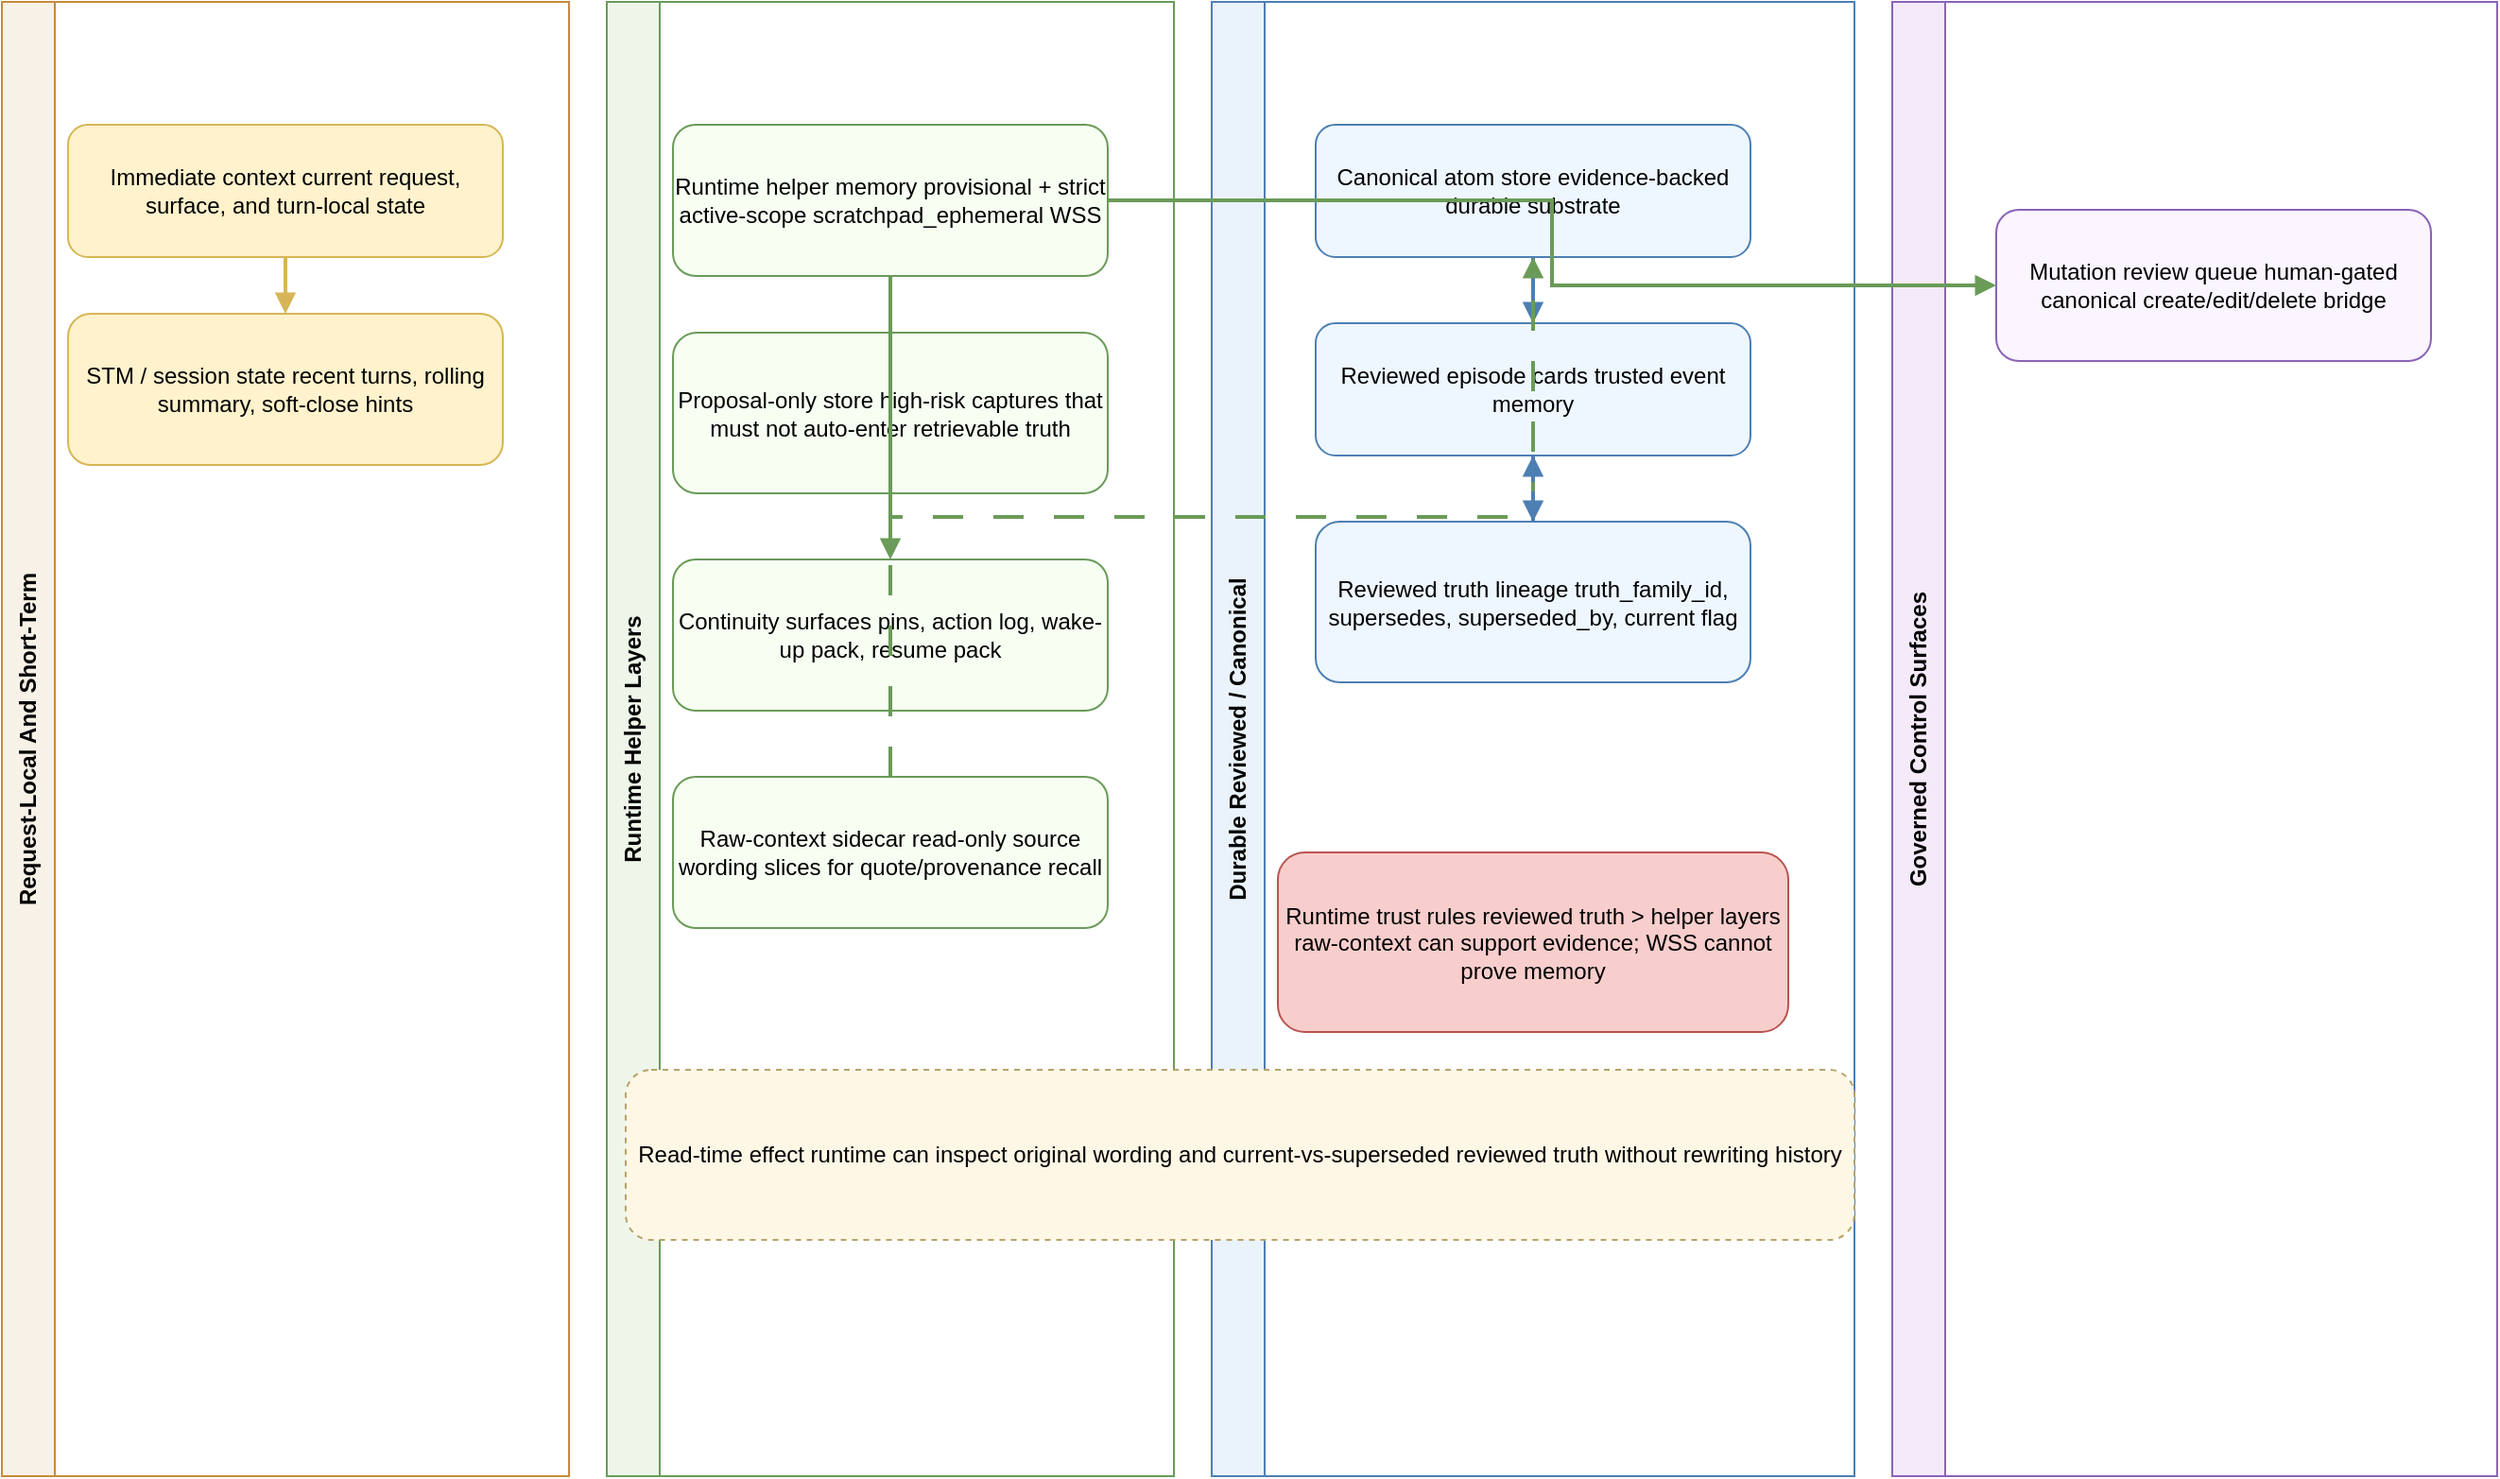
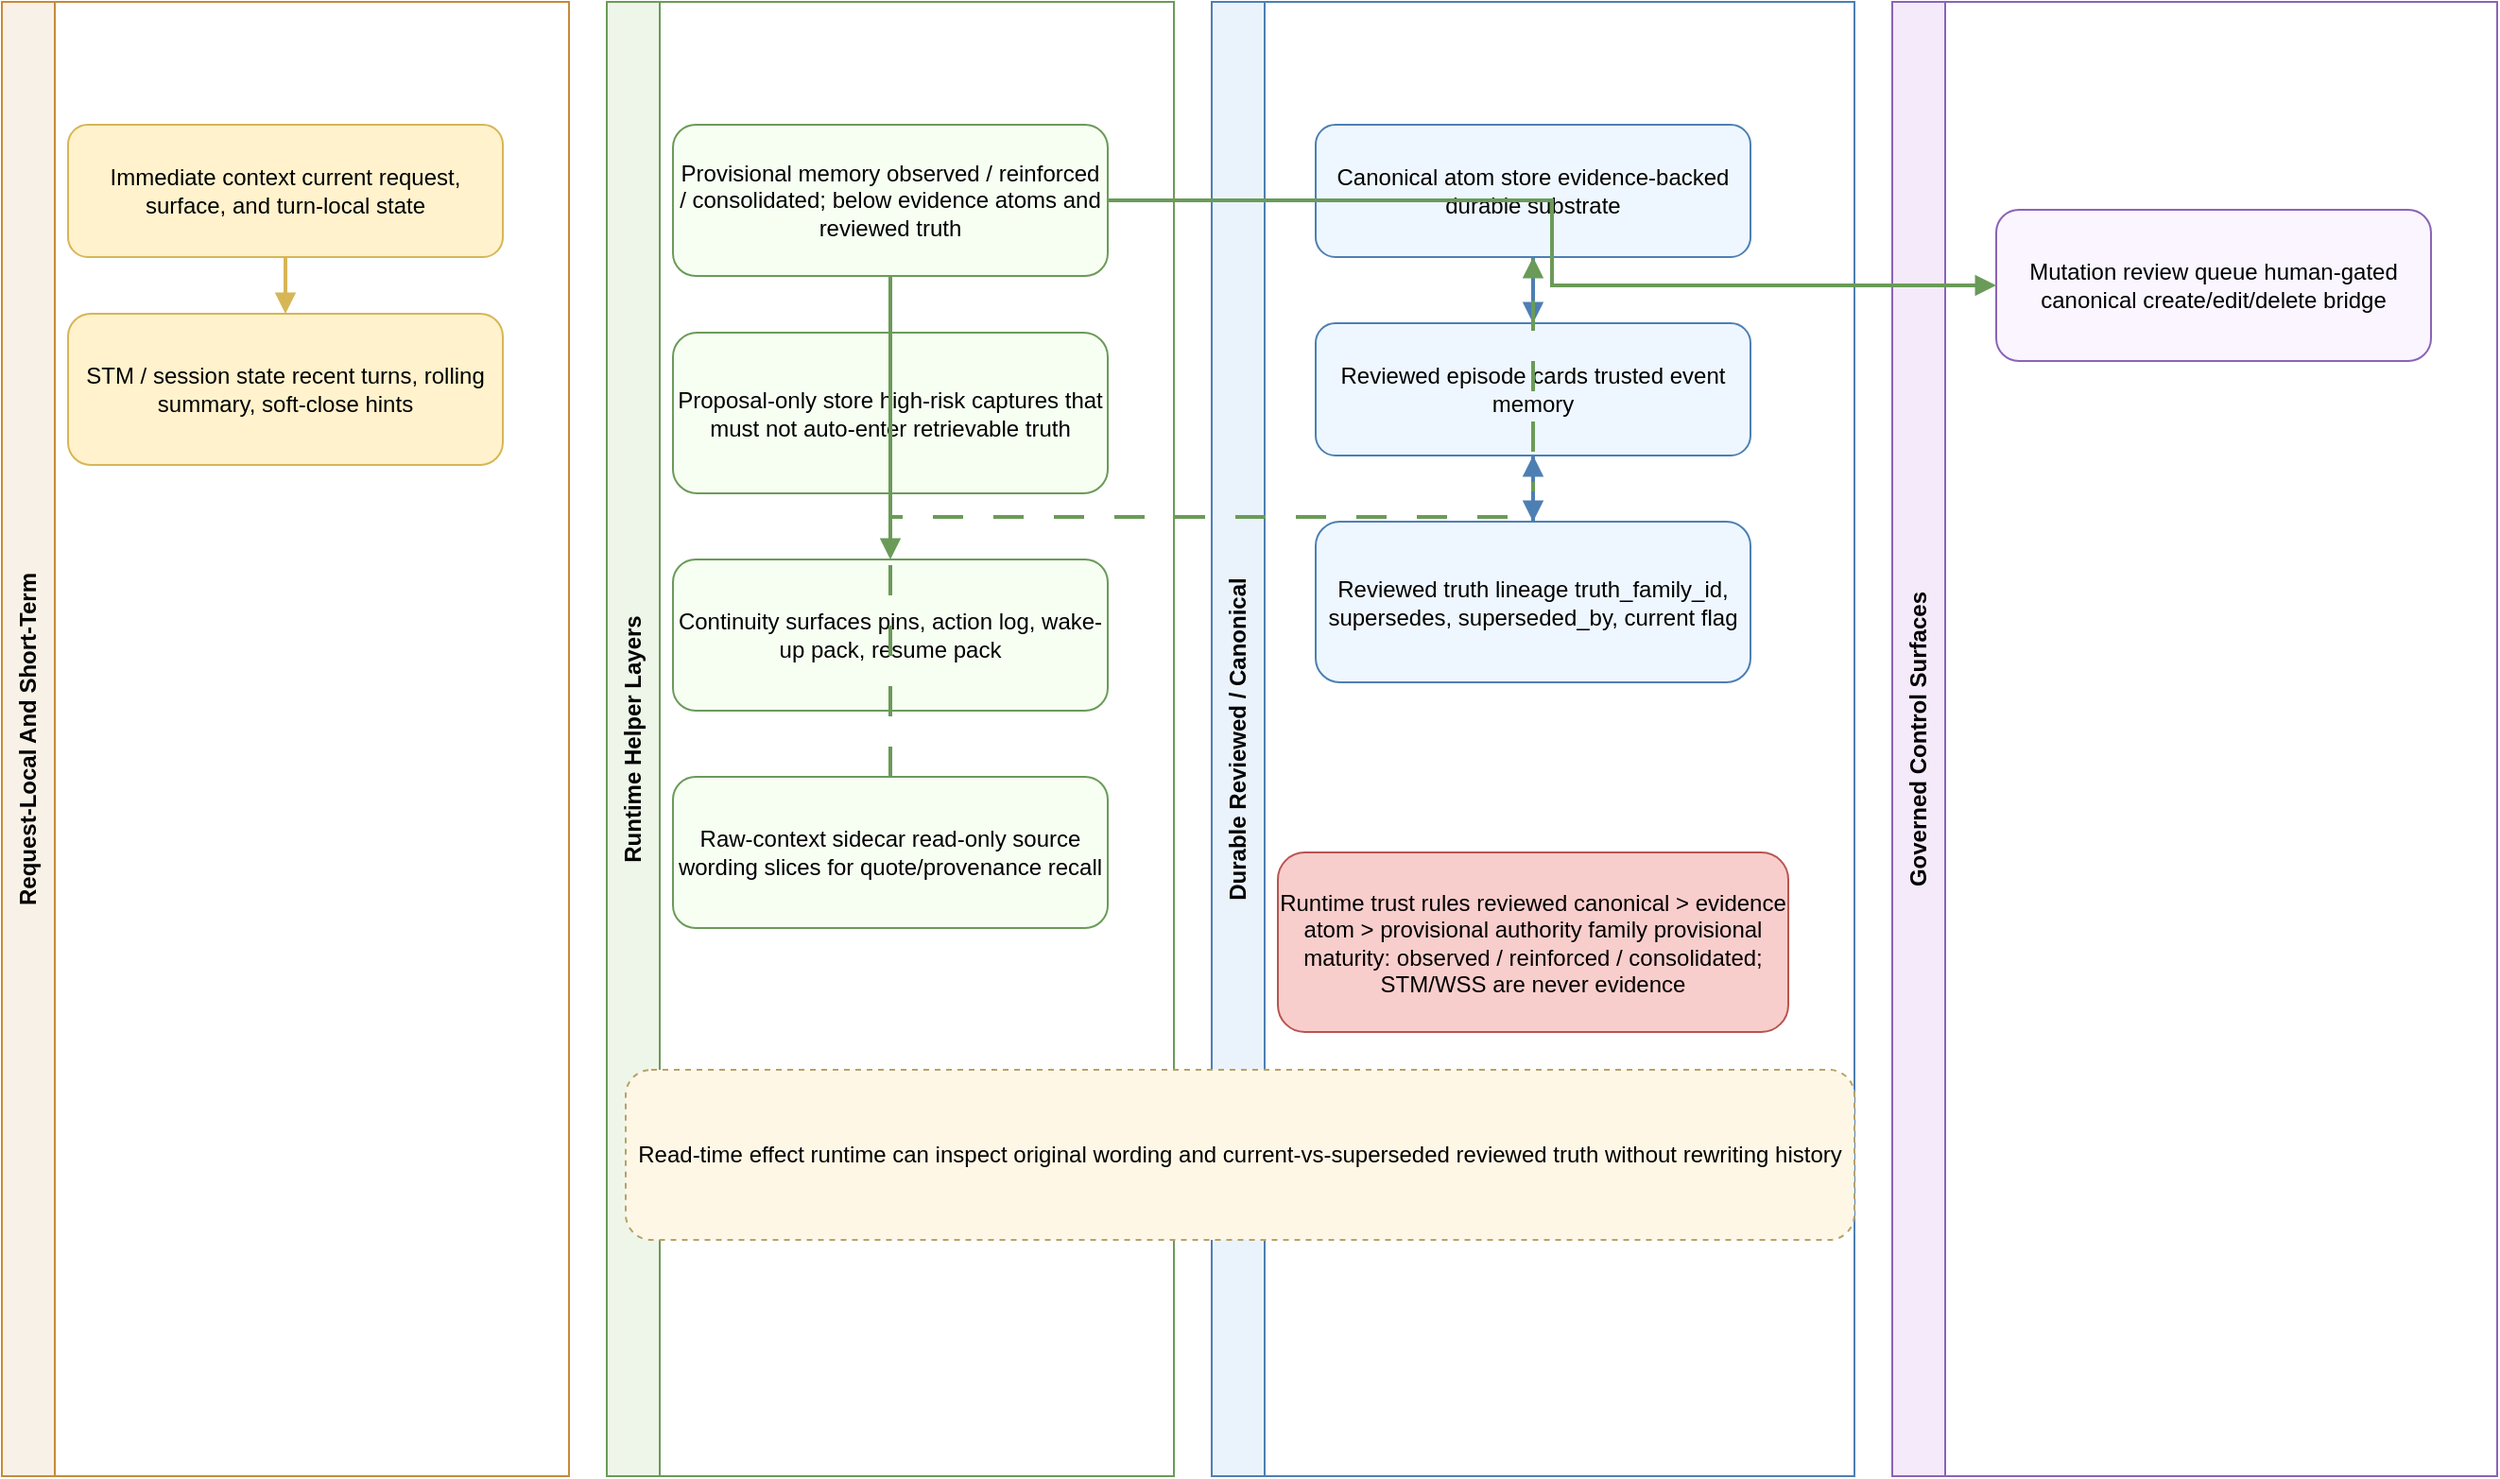
<mxfile host="app.diagrams.net" modified="2026-04-12T23:30:00.000Z" agent="Codex" version="24.7.17">
  <diagram id="current-runtime-memory" name="Engineering Runtime Memory Layers">
    <mxGraphModel dx="1650" dy="1000" grid="1" gridSize="10" guides="1" tooltips="1" connect="1" arrows="1" fold="1" page="1" pageScale="1" pageWidth="1600" pageHeight="980" math="0" shadow="0">
      <root>
        <mxCell id="0" />
        <mxCell id="1" parent="0" />
        <mxCell id="lane1" value="Request-Local And Short-Term" style="swimlane;whiteSpace=wrap;html=1;rounded=0;horizontal=0;startSize=28;fontStyle=1;fillColor=#f8f1e7;strokeColor=#c58b3a;" vertex="1" parent="1">
          <mxGeometry x="20" y="20" width="300" height="780" as="geometry" />
        </mxCell>
        <mxCell id="lane2" value="Runtime Helper Layers" style="swimlane;whiteSpace=wrap;html=1;rounded=0;horizontal=0;startSize=28;fontStyle=1;fillColor=#eef6ea;strokeColor=#6a9b58;" vertex="1" parent="1">
          <mxGeometry x="340" y="20" width="300" height="780" as="geometry" />
        </mxCell>
        <mxCell id="lane3" value="Durable Reviewed / Canonical" style="swimlane;whiteSpace=wrap;html=1;rounded=0;horizontal=0;startSize=28;fontStyle=1;fillColor=#eaf3fb;strokeColor=#4d7fb3;" vertex="1" parent="1">
          <mxGeometry x="660" y="20" width="340" height="780" as="geometry" />
        </mxCell>
        <mxCell id="lane4" value="Governed Control Surfaces" style="swimlane;whiteSpace=wrap;html=1;rounded=0;horizontal=0;startSize=28;fontStyle=1;fillColor=#f4eafa;strokeColor=#8b63b6;" vertex="1" parent="1">
          <mxGeometry x="1020" y="20" width="320" height="780" as="geometry" />
        </mxCell>
        <mxCell id="ra" value="Immediate context&amp;#10;current request, surface, and turn-local state" style="rounded=1;whiteSpace=wrap;html=1;fillColor=#fff2cc;strokeColor=#d6b656;" vertex="1" parent="1">
          <mxGeometry x="55" y="85" width="230" height="70" as="geometry" />
        </mxCell>
        <mxCell id="rb" value="STM / session state&amp;#10;recent turns, rolling summary, soft-close hints" style="rounded=1;whiteSpace=wrap;html=1;fillColor=#fff2cc;strokeColor=#d6b656;" vertex="1" parent="1">
          <mxGeometry x="55" y="185" width="230" height="80" as="geometry" />
        </mxCell>
-         <mxCell id="rc" value="Runtime helper memory&amp;#10;provisional + strict active-scope scratchpad_ephemeral WSS" style="rounded=1;whiteSpace=wrap;html=1;fillColor=#f7fff3;strokeColor=#6a9b58;" vertex="1" parent="1">
+         <mxCell id="rc" value="Provisional memory&amp;#10;observed / reinforced / consolidated; below evidence atoms and reviewed truth" style="rounded=1;whiteSpace=wrap;html=1;fillColor=#f7fff3;strokeColor=#6a9b58;" vertex="1" parent="1">
          <mxGeometry x="375" y="85" width="230" height="80" as="geometry" />
        </mxCell>
        <mxCell id="rd" value="Proposal-only store&amp;#10;high-risk captures that must not auto-enter retrievable truth" style="rounded=1;whiteSpace=wrap;html=1;fillColor=#f7fff3;strokeColor=#6a9b58;" vertex="1" parent="1">
          <mxGeometry x="375" y="195" width="230" height="85" as="geometry" />
        </mxCell>
        <mxCell id="re" value="Continuity surfaces&amp;#10;pins, action log, wake-up pack, resume pack" style="rounded=1;whiteSpace=wrap;html=1;fillColor=#f7fff3;strokeColor=#6a9b58;" vertex="1" parent="1">
          <mxGeometry x="375" y="315" width="230" height="80" as="geometry" />
        </mxCell>
        <mxCell id="rf" value="Raw-context sidecar&amp;#10;read-only source wording slices for quote/provenance recall" style="rounded=1;whiteSpace=wrap;html=1;fillColor=#f7fff3;strokeColor=#6a9b58;" vertex="1" parent="1">
          <mxGeometry x="375" y="430" width="230" height="80" as="geometry" />
        </mxCell>
        <mxCell id="rg" value="Canonical atom store&amp;#10;evidence-backed durable substrate" style="rounded=1;whiteSpace=wrap;html=1;fillColor=#eef7ff;strokeColor=#4d7fb3;" vertex="1" parent="1">
          <mxGeometry x="715" y="85" width="230" height="70" as="geometry" />
        </mxCell>
        <mxCell id="rh" value="Reviewed episode cards&amp;#10;trusted event memory" style="rounded=1;whiteSpace=wrap;html=1;fillColor=#eef7ff;strokeColor=#4d7fb3;" vertex="1" parent="1">
          <mxGeometry x="715" y="190" width="230" height="70" as="geometry" />
        </mxCell>
        <mxCell id="ri" value="Reviewed truth lineage&amp;#10;truth_family_id, supersedes, superseded_by, current flag" style="rounded=1;whiteSpace=wrap;html=1;fillColor=#eef7ff;strokeColor=#4d7fb3;" vertex="1" parent="1">
          <mxGeometry x="715" y="295" width="230" height="85" as="geometry" />
        </mxCell>
        <mxCell id="rj" value="Mutation review queue&amp;#10;human-gated canonical create/edit/delete bridge" style="rounded=1;whiteSpace=wrap;html=1;fillColor=#faf5ff;strokeColor=#8b63b6;" vertex="1" parent="1">
          <mxGeometry x="1075" y="130" width="230" height="80" as="geometry" />
        </mxCell>
-         <mxCell id="rk" value="Runtime trust rules&amp;#10;reviewed truth &amp;gt; helper layers&amp;#10;raw-context can support evidence; WSS cannot prove memory" style="rounded=1;whiteSpace=wrap;html=1;fillColor=#f8cecc;strokeColor=#b85450;" vertex="1" parent="1">
+         <mxCell id="rk" value="Runtime trust rules&amp;#10;reviewed canonical &amp;gt; evidence atom &amp;gt; provisional authority family&amp;#10;provisional maturity: observed / reinforced / consolidated; STM/WSS are never evidence" style="rounded=1;whiteSpace=wrap;html=1;fillColor=#f8cecc;strokeColor=#b85450;" vertex="1" parent="1">
          <mxGeometry x="695" y="470" width="270" height="95" as="geometry" />
        </mxCell>
        <mxCell id="rl" value="Read-time effect&amp;#10;runtime can inspect original wording and current-vs-superseded reviewed truth without rewriting history" style="rounded=1;whiteSpace=wrap;html=1;fillColor=#fff7e6;strokeColor=#b7a26a;dashed=1;fontStyle=0;" vertex="1" parent="1">
          <mxGeometry x="350" y="585" width="650" height="90" as="geometry" />
        </mxCell>
        <mxCell id="e2" edge="1" parent="1" source="ra" target="rb" style="edgeStyle=orthogonalEdgeStyle;orthogonalLoop=1;jettySize=auto;jumpStyle=arc;jumpSize=6;endArrow=block;endFill=1;html=1;rounded=0;strokeWidth=2;strokeColor=#d6b656;entryX=0.5;entryY=0;entryPerimeter=1;exitX=0.5;exitY=1;exitPerimeter=1;">
          <mxGeometry relative="1" as="geometry" />
        </mxCell>
        <mxCell id="e3" edge="1" parent="1" source="rc" target="re" style="edgeStyle=orthogonalEdgeStyle;orthogonalLoop=1;jettySize=auto;jumpStyle=arc;jumpSize=6;endArrow=block;endFill=1;html=1;rounded=0;strokeWidth=2;strokeColor=#6a9b58;entryX=0.5;entryY=0;entryPerimeter=1;exitX=0.5;exitY=1;exitPerimeter=1;">
          <mxGeometry relative="1" as="geometry" />
        </mxCell>
        <mxCell id="e4" edge="1" parent="1" source="rg" target="rh" style="edgeStyle=orthogonalEdgeStyle;orthogonalLoop=1;jettySize=auto;jumpStyle=arc;jumpSize=6;endArrow=block;endFill=1;html=1;rounded=0;strokeWidth=2;strokeColor=#4d7fb3;entryX=0.5;entryY=0;entryPerimeter=1;exitX=0.5;exitY=1;exitPerimeter=1;">
          <mxGeometry relative="1" as="geometry" />
        </mxCell>
        <mxCell id="e5" edge="1" parent="1" source="rh" target="ri" style="edgeStyle=orthogonalEdgeStyle;orthogonalLoop=1;jettySize=auto;jumpStyle=arc;jumpSize=6;endArrow=block;endFill=1;html=1;rounded=0;strokeWidth=2;strokeColor=#4d7fb3;entryX=0.5;entryY=0;entryPerimeter=1;exitX=0.5;exitY=1;exitPerimeter=1;">
          <mxGeometry relative="1" as="geometry" />
        </mxCell>
        <mxCell id="e6" edge="1" parent="1" source="rc" target="rj" style="edgeStyle=orthogonalEdgeStyle;orthogonalLoop=1;jettySize=auto;jumpStyle=arc;jumpSize=6;endArrow=block;endFill=1;html=1;rounded=0;strokeWidth=2;strokeColor=#6a9b58;entryX=0;entryY=0.5;entryPerimeter=1;exitX=1;exitY=0.5;exitPerimeter=1;">
          <mxGeometry relative="1" as="geometry" />
        </mxCell>
        <mxCell id="e7" edge="1" parent="1" source="rf" target="rg" style="edgeStyle=orthogonalEdgeStyle;orthogonalLoop=1;jettySize=auto;jumpStyle=arc;jumpSize=6;endArrow=block;endFill=1;html=1;rounded=0;strokeWidth=2;strokeColor=#6a9b58;dashed=1;dashPattern=8 8;entryX=0.5;entryY=1;entryPerimeter=1;exitX=0.5;exitY=0;exitPerimeter=1;">
          <mxGeometry relative="1" as="geometry" />
        </mxCell>
        <mxCell id="e8" edge="1" parent="1" source="ri" target="rh" style="edgeStyle=orthogonalEdgeStyle;orthogonalLoop=1;jettySize=auto;jumpStyle=arc;jumpSize=6;endArrow=block;endFill=1;html=1;rounded=0;strokeWidth=2;strokeColor=#4d7fb3;dashed=1;dashPattern=8 8;entryX=0.5;entryY=1;entryPerimeter=1;exitX=0.5;exitY=0;exitPerimeter=1;">
          <mxGeometry relative="1" as="geometry" />
        </mxCell>
      </root>
    </mxGraphModel>
  </diagram>
  <diagram id="current-runtime-decision" name="Engineering Runtime Decision And Evidence Flow">
    <mxGraphModel dx="1850" dy="1150" grid="1" gridSize="10" guides="1" tooltips="1" connect="1" arrows="1" fold="1" page="1" pageScale="1" pageWidth="1800" pageHeight="1100" math="0" shadow="0">
      <root>
        <mxCell id="0" />
        <mxCell id="1" parent="0" />
        <mxCell id="lane1" value="Entry And Routing" style="swimlane;whiteSpace=wrap;html=1;rounded=0;horizontal=0;startSize=28;fontStyle=1;fillColor=#f8f1e7;strokeColor=#c58b3a;" vertex="1" parent="1">
          <mxGeometry x="20" y="20" width="290" height="860" as="geometry" />
        </mxCell>
        <mxCell id="lane2" value="Retrieval And Assembly" style="swimlane;whiteSpace=wrap;html=1;rounded=0;horizontal=0;startSize=28;fontStyle=1;fillColor=#eef6ea;strokeColor=#6a9b58;" vertex="1" parent="1">
          <mxGeometry x="330" y="20" width="420" height="860" as="geometry" />
        </mxCell>
        <mxCell id="lane3" value="Evidence, Verification, Response" style="swimlane;whiteSpace=wrap;html=1;rounded=0;horizontal=0;startSize=28;fontStyle=1;fillColor=#eaf3fb;strokeColor=#4d7fb3;" vertex="1" parent="1">
          <mxGeometry x="770" y="20" width="420" height="860" as="geometry" />
        </mxCell>
        <mxCell id="lane4" value="Writeback And Governance" style="swimlane;whiteSpace=wrap;html=1;rounded=0;horizontal=0;startSize=28;fontStyle=1;fillColor=#f4eafa;strokeColor=#8b63b6;" vertex="1" parent="1">
          <mxGeometry x="1210" y="20" width="330" height="860" as="geometry" />
        </mxCell>
        <mxCell id="d1" value="Incoming turn&amp;#10;desktop / integration-v1 / MCP / adapter / local chat" style="rounded=1;whiteSpace=wrap;html=1;fillColor=#fff2cc;strokeColor=#d6b656;" vertex="1" parent="1">
          <mxGeometry x="55" y="90" width="220" height="70" as="geometry" />
        </mxCell>
        <mxCell id="d2" value="Runtime router + query shaping&amp;#10;none / stm_only / ltm_light / ltm_deep / hybrid" style="rounded=1;whiteSpace=wrap;html=1;fillColor=#fff2cc;strokeColor=#d6b656;" vertex="1" parent="1">
          <mxGeometry x="55" y="195" width="220" height="80" as="geometry" />
        </mxCell>
        <mxCell id="d3" value="STM retrieval&amp;#10;short-thread overlap and summary fit" style="rounded=1;whiteSpace=wrap;html=1;fillColor=#d5e8d4;strokeColor=#82b366;" vertex="1" parent="1">
          <mxGeometry x="365" y="80" width="250" height="70" as="geometry" />
        </mxCell>
        <mxCell id="d4" value="LTM retrieval&amp;#10;atoms + reviewed cards + retrieval helper layers" style="rounded=1;whiteSpace=wrap;html=1;fillColor=#d5e8d4;strokeColor=#82b366;" vertex="1" parent="1">
          <mxGeometry x="365" y="180" width="250" height="70" as="geometry" />
        </mxCell>
        <mxCell id="d5" value="ANN candidate helper&amp;#10;bounded additive shortlist assist only" style="rounded=1;whiteSpace=wrap;html=1;fillColor=#d5e8d4;strokeColor=#82b366;" vertex="1" parent="1">
          <mxGeometry x="365" y="280" width="250" height="70" as="geometry" />
        </mxCell>
        <mxCell id="d6" value="Lineage-aware reviewed resolution&amp;#10;current reviewed truth outranks older superseded reviewed cards" style="rounded=1;whiteSpace=wrap;html=1;fillColor=#d5e8d4;strokeColor=#82b366;" vertex="1" parent="1">
          <mxGeometry x="365" y="380" width="250" height="85" as="geometry" />
        </mxCell>
        <mxCell id="d7" value="Fusion + guarded shortlist&amp;#10;shared-rule ranking, support, and tie-breaks" style="rounded=1;whiteSpace=wrap;html=1;fillColor=#d5e8d4;strokeColor=#82b366;" vertex="1" parent="1">
          <mxGeometry x="365" y="495" width="250" height="75" as="geometry" />
        </mxCell>
        <mxCell id="d8" value="Context package assembly&amp;#10;bounded evidence + WSS only when strict active scope is present" style="rounded=1;whiteSpace=wrap;html=1;fillColor=#dae8fc;strokeColor=#6c8ebf;" vertex="1" parent="1">
          <mxGeometry x="815" y="110" width="280" height="80" as="geometry" />
        </mxCell>
        <mxCell id="d9" value="Raw-context quote / provenance expansion&amp;#10;only for explicit wording or source-context requests" style="rounded=1;whiteSpace=wrap;html=1;fillColor=#dae8fc;strokeColor=#6c8ebf;" vertex="1" parent="1">
          <mxGeometry x="815" y="225" width="280" height="80" as="geometry" />
        </mxCell>
        <mxCell id="d10" value="Verifier and answer path&amp;#10;PASS / ABSTAIN / CLARIFY / NO_MEMORY" style="rounded=1;whiteSpace=wrap;html=1;fillColor=#dae8fc;strokeColor=#6c8ebf;" vertex="1" parent="1">
          <mxGeometry x="815" y="340" width="280" height="80" as="geometry" />
        </mxCell>
        <mxCell id="d11" value="Final output surface&amp;#10;answer text + memory cards + citations + why data" style="rounded=1;whiteSpace=wrap;html=1;fillColor=#dae8fc;strokeColor=#6c8ebf;" vertex="1" parent="1">
          <mxGeometry x="815" y="455" width="280" height="80" as="geometry" />
        </mxCell>
-         <mxCell id="d12" value="Post-turn capture&amp;#10;STM update + low-risk provisional capture" style="rounded=1;whiteSpace=wrap;html=1;fillColor=#faf5ff;strokeColor=#8b63b6;" vertex="1" parent="1">
+         <mxCell id="d12" value="Post-turn memory.observe&amp;#10;signed source registration + retrieval receipt; low-risk provisional capture" style="rounded=1;whiteSpace=wrap;html=1;fillColor=#faf5ff;strokeColor=#8b63b6;" vertex="1" parent="1">
          <mxGeometry x="1255" y="120" width="240" height="75" as="geometry" />
        </mxCell>
-         <mxCell id="d13" value="Proposal-only writeback&amp;#10;high-risk memory stays gated" style="rounded=1;whiteSpace=wrap;html=1;fillColor=#faf5ff;strokeColor=#8b63b6;" vertex="1" parent="1">
+         <mxCell id="d13" value="User ‘remember this’&amp;#10;writeback.propose; never raw import or silent publication" style="rounded=1;whiteSpace=wrap;html=1;fillColor=#faf5ff;strokeColor=#8b63b6;" vertex="1" parent="1">
          <mxGeometry x="1255" y="230" width="240" height="75" as="geometry" />
        </mxCell>
-         <mxCell id="d14" value="Human review / resolve&amp;#10;durable truth changes still require explicit review" style="rounded=1;whiteSpace=wrap;html=1;fillColor=#faf5ff;strokeColor=#8b63b6;" vertex="1" parent="1">
+         <mxCell id="d14" value="Human review_apply resolve&amp;#10;apply creates human_reviewed=false evidence atom; publish still makes canonical truth" style="rounded=1;whiteSpace=wrap;html=1;fillColor=#faf5ff;strokeColor=#8b63b6;" vertex="1" parent="1">
          <mxGeometry x="1255" y="340" width="240" height="80" as="geometry" />
        </mxCell>
-         <mxCell id="d15" value="Key rule&amp;#10;retrieval success does not equal truth authority; scratchpad_ephemeral WSS cannot replace reviewed truth" style="rounded=1;whiteSpace=wrap;html=1;fillColor=#f8cecc;strokeColor=#b85450;" vertex="1" parent="1">
+         <mxCell id="d15" value="Key rule&amp;#10;retrieval/replay/summary is not independent support; scratchpad_ephemeral WSS cannot replace evidence or reviewed truth" style="rounded=1;whiteSpace=wrap;html=1;fillColor=#f8cecc;strokeColor=#b85450;" vertex="1" parent="1">
          <mxGeometry x="800" y="590" width="310" height="95" as="geometry" />
        </mxCell>
        <mxCell id="e2" edge="1" parent="1" source="d1" target="d2" style="edgeStyle=orthogonalEdgeStyle;orthogonalLoop=1;jettySize=auto;jumpStyle=arc;jumpSize=6;endArrow=block;endFill=1;html=1;rounded=0;strokeWidth=2;strokeColor=#d6b656;entryX=0.5;entryY=0;entryPerimeter=1;exitX=0.5;exitY=1;exitPerimeter=1;">
          <mxGeometry relative="1" as="geometry" />
        </mxCell>
        <mxCell id="e3" edge="1" parent="1" source="d2" target="d3" style="edgeStyle=orthogonalEdgeStyle;orthogonalLoop=1;jettySize=auto;jumpStyle=arc;jumpSize=6;endArrow=block;endFill=1;html=1;rounded=0;strokeWidth=2;strokeColor=#d6b656;entryX=0;entryY=0.5;entryPerimeter=1;exitX=1;exitY=0.5;exitPerimeter=1;">
          <mxGeometry relative="1" as="geometry" />
        </mxCell>
        <mxCell id="e4" edge="1" parent="1" source="d2" target="d4" style="edgeStyle=orthogonalEdgeStyle;orthogonalLoop=1;jettySize=auto;jumpStyle=arc;jumpSize=6;endArrow=block;endFill=1;html=1;rounded=0;strokeWidth=2;strokeColor=#d6b656;entryX=0;entryY=0.5;entryPerimeter=1;exitX=1;exitY=0.5;exitPerimeter=1;">
          <mxGeometry relative="1" as="geometry" />
        </mxCell>
        <mxCell id="e5" edge="1" parent="1" source="d4" target="d5" style="edgeStyle=orthogonalEdgeStyle;orthogonalLoop=1;jettySize=auto;jumpStyle=arc;jumpSize=6;endArrow=block;endFill=1;html=1;rounded=0;strokeWidth=2;strokeColor=#82b366;entryX=0.5;entryY=0;entryPerimeter=1;exitX=0.5;exitY=1;exitPerimeter=1;">
          <mxGeometry relative="1" as="geometry" />
        </mxCell>
        <mxCell id="e6" edge="1" parent="1" source="d4" target="d6" style="edgeStyle=orthogonalEdgeStyle;orthogonalLoop=1;jettySize=auto;jumpStyle=arc;jumpSize=6;endArrow=block;endFill=1;html=1;rounded=0;strokeWidth=2;strokeColor=#82b366;entryX=0.5;entryY=0;entryPerimeter=1;exitX=0.5;exitY=1;exitPerimeter=1;">
          <mxGeometry relative="1" as="geometry" />
        </mxCell>
        <mxCell id="e7" edge="1" parent="1" source="d3" target="d7" style="edgeStyle=orthogonalEdgeStyle;orthogonalLoop=1;jettySize=auto;jumpStyle=arc;jumpSize=6;endArrow=block;endFill=1;html=1;rounded=0;strokeWidth=2;strokeColor=#82b366;entryX=0.5;entryY=0;entryPerimeter=1;exitX=0.5;exitY=1;exitPerimeter=1;">
          <mxGeometry relative="1" as="geometry" />
        </mxCell>
        <mxCell id="e8" edge="1" parent="1" source="d5" target="d7" style="edgeStyle=orthogonalEdgeStyle;orthogonalLoop=1;jettySize=auto;jumpStyle=arc;jumpSize=6;endArrow=block;endFill=1;html=1;rounded=0;strokeWidth=2;strokeColor=#82b366;entryX=0.5;entryY=0;entryPerimeter=1;exitX=0.5;exitY=1;exitPerimeter=1;">
          <mxGeometry relative="1" as="geometry" />
        </mxCell>
        <mxCell id="e9" edge="1" parent="1" source="d6" target="d7" style="edgeStyle=orthogonalEdgeStyle;orthogonalLoop=1;jettySize=auto;jumpStyle=arc;jumpSize=6;endArrow=block;endFill=1;html=1;rounded=0;strokeWidth=2;strokeColor=#82b366;entryX=0.5;entryY=0;entryPerimeter=1;exitX=0.5;exitY=1;exitPerimeter=1;">
          <mxGeometry relative="1" as="geometry" />
        </mxCell>
        <mxCell id="e10" edge="1" parent="1" source="d7" target="d8" style="edgeStyle=orthogonalEdgeStyle;orthogonalLoop=1;jettySize=auto;jumpStyle=arc;jumpSize=6;endArrow=block;endFill=1;html=1;rounded=0;strokeWidth=2;strokeColor=#82b366;entryX=0;entryY=0.5;entryPerimeter=1;exitX=1;exitY=0.5;exitPerimeter=1;">
          <mxGeometry relative="1" as="geometry" />
        </mxCell>
        <mxCell id="e11" edge="1" parent="1" source="d8" target="d9" style="edgeStyle=orthogonalEdgeStyle;orthogonalLoop=1;jettySize=auto;jumpStyle=arc;jumpSize=6;endArrow=block;endFill=1;html=1;rounded=0;strokeWidth=2;strokeColor=#6c8ebf;entryX=0.5;entryY=0;entryPerimeter=1;exitX=0.5;exitY=1;exitPerimeter=1;">
          <mxGeometry relative="1" as="geometry" />
        </mxCell>
        <mxCell id="e12" edge="1" parent="1" source="d8" target="d10" style="edgeStyle=orthogonalEdgeStyle;orthogonalLoop=1;jettySize=auto;jumpStyle=arc;jumpSize=6;endArrow=block;endFill=1;html=1;rounded=0;strokeWidth=2;strokeColor=#6c8ebf;entryX=0.5;entryY=0;entryPerimeter=1;exitX=0.5;exitY=1;exitPerimeter=1;">
          <mxGeometry relative="1" as="geometry" />
        </mxCell>
        <mxCell id="e13" edge="1" parent="1" source="d9" target="d10" style="edgeStyle=orthogonalEdgeStyle;orthogonalLoop=1;jettySize=auto;jumpStyle=arc;jumpSize=6;endArrow=block;endFill=1;html=1;rounded=0;strokeWidth=2;strokeColor=#6c8ebf;entryX=0.5;entryY=0;entryPerimeter=1;exitX=0.5;exitY=1;exitPerimeter=1;">
          <mxGeometry relative="1" as="geometry" />
        </mxCell>
        <mxCell id="e14" edge="1" parent="1" source="d10" target="d11" style="edgeStyle=orthogonalEdgeStyle;orthogonalLoop=1;jettySize=auto;jumpStyle=arc;jumpSize=6;endArrow=block;endFill=1;html=1;rounded=0;strokeWidth=2;strokeColor=#6c8ebf;entryX=0.5;entryY=0;entryPerimeter=1;exitX=0.5;exitY=1;exitPerimeter=1;">
          <mxGeometry relative="1" as="geometry" />
        </mxCell>
        <mxCell id="e15" edge="1" parent="1" source="d11" target="d12" style="edgeStyle=orthogonalEdgeStyle;orthogonalLoop=1;jettySize=auto;jumpStyle=arc;jumpSize=6;endArrow=block;endFill=1;html=1;rounded=0;strokeWidth=2;strokeColor=#6c8ebf;entryX=0;entryY=0.5;entryPerimeter=1;exitX=1;exitY=0.5;exitPerimeter=1;">
          <mxGeometry relative="1" as="geometry" />
        </mxCell>
        <mxCell id="e16" edge="1" parent="1" source="d11" target="d13" style="edgeStyle=orthogonalEdgeStyle;orthogonalLoop=1;jettySize=auto;jumpStyle=arc;jumpSize=6;endArrow=block;endFill=1;html=1;rounded=0;strokeWidth=2;strokeColor=#6c8ebf;entryX=0;entryY=0.5;entryPerimeter=1;exitX=1;exitY=0.5;exitPerimeter=1;">
          <mxGeometry relative="1" as="geometry" />
        </mxCell>
        <mxCell id="e17" edge="1" parent="1" source="d13" target="d14" style="edgeStyle=orthogonalEdgeStyle;orthogonalLoop=1;jettySize=auto;jumpStyle=arc;jumpSize=6;endArrow=block;endFill=1;html=1;rounded=0;strokeWidth=2;strokeColor=#8b63b6;entryX=0.5;entryY=0;entryPerimeter=1;exitX=0.5;exitY=1;exitPerimeter=1;">
          <mxGeometry relative="1" as="geometry" />
        </mxCell>
      </root>
    </mxGraphModel>
  </diagram>
  <diagram id="current-runtime-caveman" name="Caveman Runtime Memory And Decision">
    <mxGraphModel dx="1500" dy="950" grid="1" gridSize="10" guides="1" tooltips="1" connect="1" arrows="1" fold="1" page="1" pageScale="1" pageWidth="1500" pageHeight="940" math="0" shadow="0">
      <root>
        <mxCell id="0" />
        <mxCell id="1" parent="0" />
        <mxCell id="v1" value="1. Someone asks MNO for memory help." style="rounded=1;whiteSpace=wrap;html=1;fillColor=#fff2cc;strokeColor=#d6b656;" vertex="1" parent="1">
          <mxGeometry x="70" y="90" width="240" height="70" as="geometry" />
        </mxCell>
        <mxCell id="v2" value="2. MNO checks the short-term chat stuff first.&amp;#10;STM = short-term memory for this session." style="rounded=1;whiteSpace=wrap;html=1;fillColor=#fff2cc;strokeColor=#d6b656;" vertex="1" parent="1">
          <mxGeometry x="360" y="90" width="260" height="80" as="geometry" />
        </mxCell>
-         <mxCell id="v3" value="3. MNO checks trusted memory and evidence.&amp;#10;That means reviewed cards and atoms." style="rounded=1;whiteSpace=wrap;html=1;fillColor=#d5e8d4;strokeColor=#82b366;" vertex="1" parent="1">
+         <mxCell id="v3" value="3. MNO checks truth, evidence, then helper notes.&amp;#10;Reviewed truth wins. A scratchpad cannot prove anything." style="rounded=1;whiteSpace=wrap;html=1;fillColor=#d5e8d4;strokeColor=#82b366;" vertex="1" parent="1">
          <mxGeometry x="680" y="90" width="280" height="80" as="geometry" />
        </mxCell>
        <mxCell id="v4" value="4. ANN helps find nearby candidates.&amp;#10;ANN = approximate nearest neighbor." style="rounded=1;whiteSpace=wrap;html=1;fillColor=#d5e8d4;strokeColor=#82b366;" vertex="1" parent="1">
          <mxGeometry x="1020" y="90" width="260" height="80" as="geometry" />
        </mxCell>
        <mxCell id="v5" value="5. If you ask for exact wording, MNO can open the wording receipt lane." style="rounded=1;whiteSpace=wrap;html=1;fillColor=#dae8fc;strokeColor=#6c8ebf;" vertex="1" parent="1">
          <mxGeometry x="120" y="280" width="300" height="90" as="geometry" />
        </mxCell>
        <mxCell id="v6" value="6. If old and corrected reviewed cards exist, MNO prefers the current reviewed one." style="rounded=1;whiteSpace=wrap;html=1;fillColor=#dae8fc;strokeColor=#6c8ebf;" vertex="1" parent="1">
          <mxGeometry x="470" y="280" width="320" height="90" as="geometry" />
        </mxCell>
        <mxCell id="v7" value="7. MNO builds a bounded evidence bundle, not a giant raw dump." style="rounded=1;whiteSpace=wrap;html=1;fillColor=#dae8fc;strokeColor=#6c8ebf;" vertex="1" parent="1">
          <mxGeometry x="850" y="280" width="300" height="80" as="geometry" />
        </mxCell>
        <mxCell id="v8" value="8. MNO answers, abstains, or asks you to clarify." style="rounded=1;whiteSpace=wrap;html=1;fillColor=#dae8fc;strokeColor=#6c8ebf;" vertex="1" parent="1">
          <mxGeometry x="285" y="470" width="280" height="80" as="geometry" />
        </mxCell>
        <mxCell id="v9" value="9. New risky memory still goes to proposal/review, not straight to truth." style="rounded=1;whiteSpace=wrap;html=1;fillColor=#fce5f1;strokeColor=#b8549e;" vertex="1" parent="1">
          <mxGeometry x="655" y="470" width="340" height="90" as="geometry" />
        </mxCell>
        <mxCell id="v10" value="Words to know&amp;#10;MCP = Model Context Protocol&amp;#10;ANN = approximate nearest neighbor&amp;#10;STM = short-term memory&amp;#10;WSS = work-session scratchpad" style="rounded=1;whiteSpace=wrap;html=1;fillColor=#e1d5e7;strokeColor=#9673a6;" vertex="1" parent="1">
          <mxGeometry x="490" y="630" width="320" height="100" as="geometry" />
        </mxCell>
        <mxCell id="e2" edge="1" parent="1" source="v1" target="v2" style="edgeStyle=orthogonalEdgeStyle;orthogonalLoop=1;jettySize=auto;jumpStyle=arc;jumpSize=6;endArrow=block;endFill=1;html=1;rounded=0;strokeWidth=2;strokeColor=#d6b656;entryX=0;entryY=0.5;entryPerimeter=1;exitX=1;exitY=0.5;exitPerimeter=1;">
          <mxGeometry relative="1" as="geometry" />
        </mxCell>
        <mxCell id="e3" edge="1" parent="1" source="v2" target="v3" style="edgeStyle=orthogonalEdgeStyle;orthogonalLoop=1;jettySize=auto;jumpStyle=arc;jumpSize=6;endArrow=block;endFill=1;html=1;rounded=0;strokeWidth=2;strokeColor=#d6b656;entryX=0;entryY=0.5;entryPerimeter=1;exitX=1;exitY=0.5;exitPerimeter=1;">
          <mxGeometry relative="1" as="geometry" />
        </mxCell>
        <mxCell id="e4" edge="1" parent="1" source="v3" target="v4" style="edgeStyle=orthogonalEdgeStyle;orthogonalLoop=1;jettySize=auto;jumpStyle=arc;jumpSize=6;endArrow=block;endFill=1;html=1;rounded=0;strokeWidth=2;strokeColor=#82b366;entryX=0;entryY=0.5;entryPerimeter=1;exitX=1;exitY=0.5;exitPerimeter=1;">
          <mxGeometry relative="1" as="geometry" />
        </mxCell>
        <mxCell id="e5" edge="1" parent="1" source="v4" target="v5" style="edgeStyle=orthogonalEdgeStyle;orthogonalLoop=1;jettySize=auto;jumpStyle=arc;jumpSize=6;endArrow=block;endFill=1;html=1;rounded=0;strokeWidth=2;strokeColor=#82b366;entryX=1;entryY=0.5;entryPerimeter=1;exitX=0;exitY=0.5;exitPerimeter=1;">
          <mxGeometry relative="1" as="geometry" />
        </mxCell>
        <mxCell id="e6" edge="1" parent="1" source="v4" target="v6" style="edgeStyle=orthogonalEdgeStyle;orthogonalLoop=1;jettySize=auto;jumpStyle=arc;jumpSize=6;endArrow=block;endFill=1;html=1;rounded=0;strokeWidth=2;strokeColor=#82b366;entryX=1;entryY=0.5;entryPerimeter=1;exitX=0;exitY=0.5;exitPerimeter=1;">
          <mxGeometry relative="1" as="geometry" />
        </mxCell>
        <mxCell id="e7" edge="1" parent="1" source="v5" target="v7" style="edgeStyle=orthogonalEdgeStyle;orthogonalLoop=1;jettySize=auto;jumpStyle=arc;jumpSize=6;endArrow=block;endFill=1;html=1;rounded=0;strokeWidth=2;strokeColor=#6c8ebf;entryX=0;entryY=0.5;entryPerimeter=1;exitX=1;exitY=0.5;exitPerimeter=1;">
          <mxGeometry relative="1" as="geometry" />
        </mxCell>
        <mxCell id="e8" edge="1" parent="1" source="v6" target="v7" style="edgeStyle=orthogonalEdgeStyle;orthogonalLoop=1;jettySize=auto;jumpStyle=arc;jumpSize=6;endArrow=block;endFill=1;html=1;rounded=0;strokeWidth=2;strokeColor=#6c8ebf;entryX=0;entryY=0.5;entryPerimeter=1;exitX=1;exitY=0.5;exitPerimeter=1;">
          <mxGeometry relative="1" as="geometry" />
        </mxCell>
        <mxCell id="e9" edge="1" parent="1" source="v7" target="v8" style="edgeStyle=orthogonalEdgeStyle;orthogonalLoop=1;jettySize=auto;jumpStyle=arc;jumpSize=6;endArrow=block;endFill=1;html=1;rounded=0;strokeWidth=2;strokeColor=#6c8ebf;entryX=1;entryY=0.5;entryPerimeter=1;exitX=0;exitY=0.5;exitPerimeter=1;">
          <mxGeometry relative="1" as="geometry" />
        </mxCell>
        <mxCell id="e10" edge="1" parent="1" source="v8" target="v9" style="edgeStyle=orthogonalEdgeStyle;orthogonalLoop=1;jettySize=auto;jumpStyle=arc;jumpSize=6;endArrow=block;endFill=1;html=1;rounded=0;strokeWidth=2;strokeColor=#6c8ebf;entryX=0;entryY=0.5;entryPerimeter=1;exitX=1;exitY=0.5;exitPerimeter=1;">
          <mxGeometry relative="1" as="geometry" />
        </mxCell>
      </root>
    </mxGraphModel>
  </diagram>
</mxfile>
